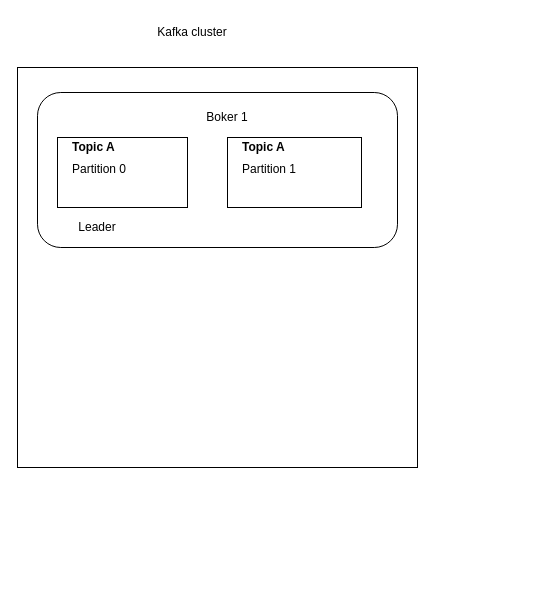
This is Kafka.drawio from tuankhoi2206/Apache-Kafka, a draw.io file, before an edit. Source tidied: cells renumbered, new cells numbered last; positions are measured from the earlier drawing's top-left corner, leaving out a move shared by most shapes. Both pictures are drawn from the tidied source at 100%, with x=0, y=0 at pixel (17, 17).
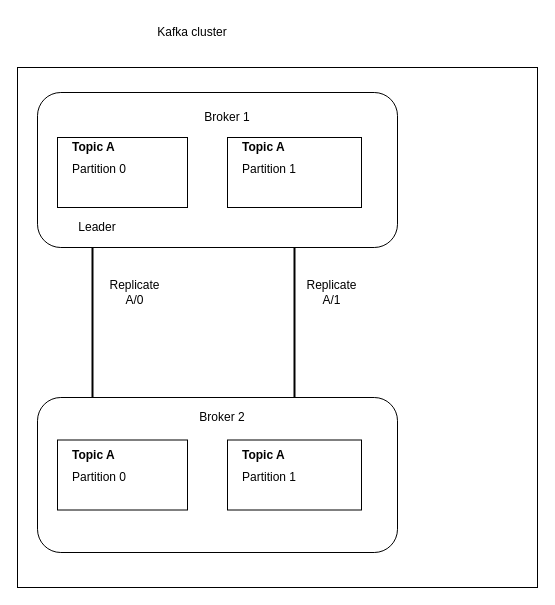
The same diagram, later.

Change to the diagram source:
```diff
@@
-    <mxCell id="2" style="whiteSpace=wrap;html=1;" parent="1" vertex="1">
-      <mxGeometry y="50" width="400" height="400" as="geometry" />
+    <mxCell id="2" style="whiteSpace=wrap;html=1;verticalAlign=bottom;" parent="1" vertex="1">
+      <mxGeometry y="50" width="520" height="520" as="geometry" />
     </mxCell>
@@
-    <mxCell id="4" value="Boker 1" style="text;html=1;strokeColor=none;fillColor=none;align=center;verticalAlign=middle;whiteSpace=wrap;rounded=0;" parent="1" vertex="1">
+    <mxCell id="4" value="Broker 1" style="text;html=1;strokeColor=none;fillColor=none;align=center;verticalAlign=middle;whiteSpace=wrap;rounded=0;" parent="1" vertex="1">
       <mxGeometry x="180" y="90" width="60" height="20" as="geometry" />
     </mxCell>
@@
+    <mxCell id="11" style="rounded=1;whiteSpace=wrap;html=1;" parent="1" vertex="1">
+      <mxGeometry x="20" y="380" width="360" height="155" as="geometry" />
+    </mxCell>
+    <mxCell id="12" style="rounded=0;whiteSpace=wrap;html=1;" parent="1" vertex="1">
+      <mxGeometry x="40" y="422.5" width="130" height="70" as="geometry" />
+    </mxCell>
+    <mxCell id="13" value="&lt;h1 style=&quot;font-size: 12px&quot;&gt;Topic A&lt;/h1&gt;&lt;div&gt;Partition 0&lt;/div&gt;" style="text;html=1;strokeColor=none;fillColor=none;spacing=5;spacingTop=-20;whiteSpace=wrap;overflow=hidden;rounded=0;fontSize=12;" parent="1" vertex="1">
+      <mxGeometry x="50" y="432.5" width="80" height="60" as="geometry" />
+    </mxCell>
+    <mxCell id="14" value="Broker 2&lt;br&gt;" style="text;html=1;strokeColor=none;fillColor=none;align=center;verticalAlign=middle;whiteSpace=wrap;rounded=0;fontSize=12;" parent="1" vertex="1">
+      <mxGeometry x="180" y="390" width="50" height="20" as="geometry" />
+    </mxCell>
+    <mxCell id="15" style="rounded=0;whiteSpace=wrap;html=1;" parent="1" vertex="1">
+      <mxGeometry x="210" y="422.5" width="134" height="70" as="geometry" />
+    </mxCell>
+    <mxCell id="16" value="&lt;h1 style=&quot;font-size: 12px&quot;&gt;Topic A&lt;/h1&gt;&lt;div&gt;Partition 1&lt;/div&gt;" style="text;html=1;strokeColor=none;fillColor=none;spacing=5;spacingTop=-20;whiteSpace=wrap;overflow=hidden;rounded=0;fontSize=12;" parent="1" vertex="1">
+      <mxGeometry x="220" y="432.5" width="80" height="60" as="geometry" />
+    </mxCell>
+    <mxCell id="17" style="line;strokeWidth=2;direction=south;html=1;fontSize=12;" parent="1" vertex="1">
+      <mxGeometry x="70" y="230" width="10" height="150" as="geometry" />
+    </mxCell>
+    <mxCell id="18" value="Replicate A/0" style="text;html=1;strokeColor=none;fillColor=none;align=center;verticalAlign=middle;whiteSpace=wrap;rounded=0;fontSize=12;" parent="1" vertex="1">
+      <mxGeometry x="85" y="260" width="65" height="30" as="geometry" />
+    </mxCell>
+    <mxCell id="19" style="line;strokeWidth=2;direction=south;html=1;fontSize=12;" parent="1" vertex="1">
+      <mxGeometry x="272" y="230" width="10" height="150" as="geometry" />
+    </mxCell>
+    <mxCell id="20" value="Replicate A/1" style="text;html=1;strokeColor=none;fillColor=none;align=center;verticalAlign=middle;whiteSpace=wrap;rounded=0;fontSize=12;" parent="1" vertex="1">
+      <mxGeometry x="282" y="260" width="65" height="30" as="geometry" />
+    </mxCell>
```
